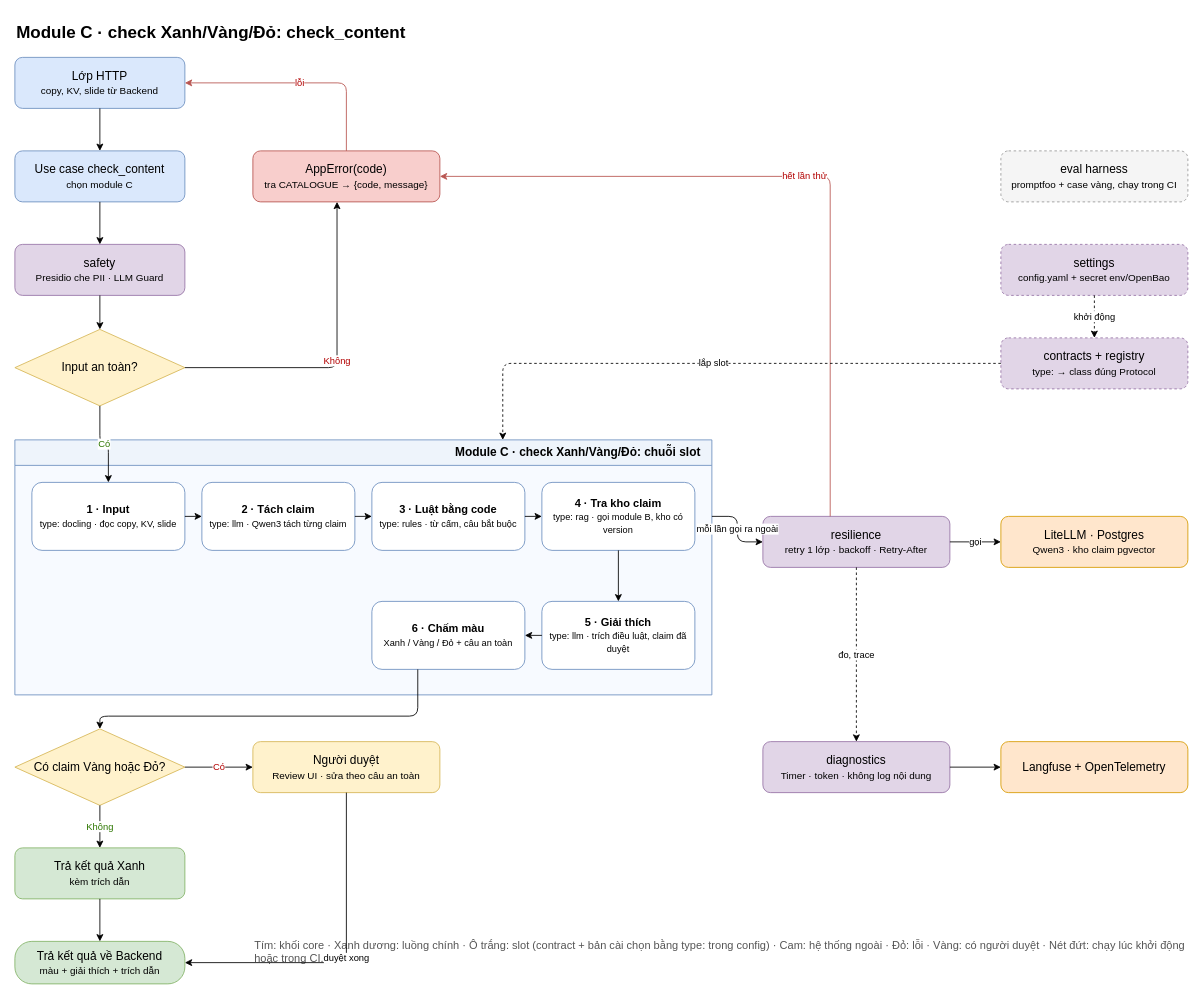
Above: page "4. Module C" (4 of 9) of docs/beyondpilot/core-flow.drawio in nguyennhatkhoa99/llmops-sre-copilot (draw.io), before the change. Source tidied: cells renumbered, new cells numbered last; positions are measured from the earlier drawing's top-left corner, leaving out a move shared by most shapes. Both pictures are drawn from the tidied source at 85%, with x=0, y=0 at pixel (14, 14).
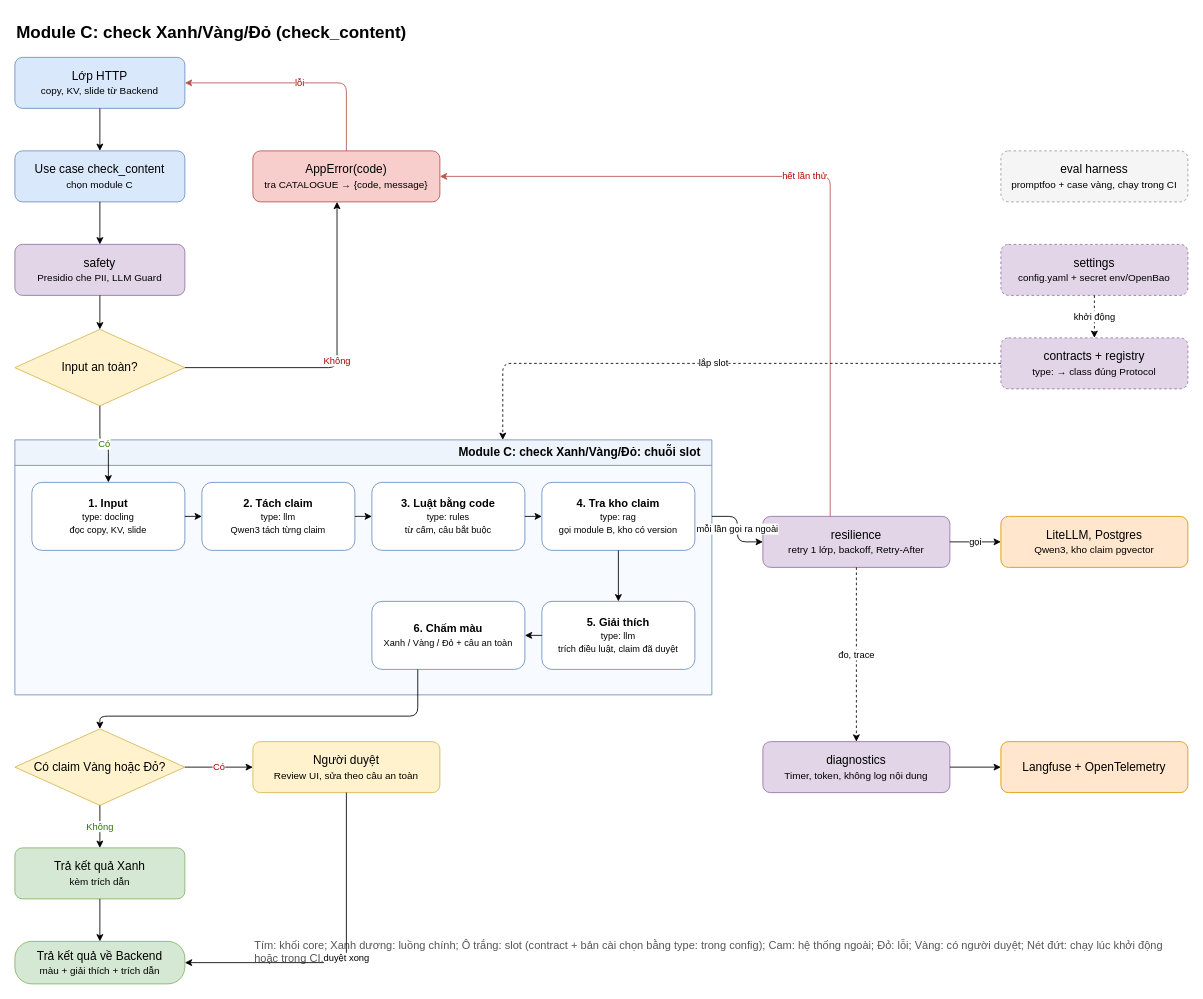
The same diagram, later.

The edit, as a diff of the source:
```diff
@@
-    <mxCell id="2" value="Module C · check Xanh/Vàng/Đỏ: check_content" style="text;html=1;strokeColor=none;fillColor=none;align=left;verticalAlign=middle;whiteSpace=wrap;fontSize=20;fontStyle=1;" parent="1" vertex="1">
+    <mxCell id="2" value="Module C: check Xanh/Vàng/Đỏ (check_content)" style="text;html=1;strokeColor=none;fillColor=none;align=left;verticalAlign=middle;whiteSpace=wrap;fontSize=20;fontStyle=1;" parent="1" vertex="1">
       <mxGeometry width="1100" height="40" as="geometry" />
     </mxCell>
@@
-    <mxCell id="5" value="safety&lt;br&gt;&lt;small&gt;Presidio che PII · LLM Guard&lt;/small&gt;" style="rounded=1;whiteSpace=wrap;html=1;fontSize=14;fillColor=#e1d5e7;strokeColor=#9673a6;" parent="1" vertex="1">
+    <mxCell id="5" value="safety&lt;br&gt;&lt;small&gt;Presidio che PII, LLM Guard&lt;/small&gt;" style="rounded=1;whiteSpace=wrap;html=1;fontSize=14;fillColor=#e1d5e7;strokeColor=#9673a6;" parent="1" vertex="1">
       <mxGeometry y="270" width="200" height="60" as="geometry" />
     </mxCell>
@@
-    <mxCell id="8" value="Module C · check Xanh/Vàng/Đỏ: chuỗi slot" style="swimlane;shape=swimlane;startSize=30;html=1;fontSize=14;fontStyle=1;verticalAlign=top;align=right;spacingRight=12;fillColor=#eef4fb;strokeColor=#6c8ebf;swimlaneFillColor=#f7faff;" parent="1" vertex="1">
+    <mxCell id="8" value="Module C: check Xanh/Vàng/Đỏ: chuỗi slot" style="swimlane;shape=swimlane;startSize=30;html=1;fontSize=14;fontStyle=1;verticalAlign=top;align=right;spacingRight=12;fillColor=#eef4fb;strokeColor=#6c8ebf;swimlaneFillColor=#f7faff;" parent="1" vertex="1">
       <mxGeometry y="500" width="820" height="300" as="geometry" />
     </mxCell>
-    <mxCell id="9" value="&lt;b&gt;1 · Input&lt;/b&gt;&lt;br&gt;&lt;small&gt;type: docling · đọc copy, KV, slide&lt;/small&gt;" style="rounded=1;whiteSpace=wrap;html=1;fontSize=14;fontSize=13;fillColor=#ffffff;strokeColor=#6c8ebf;" parent="8" vertex="1">
+    <mxCell id="9" value="&lt;b&gt;1. Input&lt;/b&gt;&lt;br&gt;&lt;small&gt;type: docling&lt;br&gt;đọc copy, KV, slide&lt;/small&gt;" style="rounded=1;whiteSpace=wrap;html=1;fontSize=14;fontSize=13;fillColor=#ffffff;strokeColor=#6c8ebf;" parent="8" vertex="1">
       <mxGeometry x="20" y="50" width="180" height="80" as="geometry" />
     </mxCell>
-    <mxCell id="10" value="&lt;b&gt;2 · Tách claim&lt;/b&gt;&lt;br&gt;&lt;small&gt;type: llm · Qwen3 tách từng claim&lt;/small&gt;" style="rounded=1;whiteSpace=wrap;html=1;fontSize=14;fontSize=13;fillColor=#ffffff;strokeColor=#6c8ebf;" parent="8" vertex="1">
+    <mxCell id="10" value="&lt;b&gt;2. Tách claim&lt;/b&gt;&lt;br&gt;&lt;small&gt;type: llm&lt;br&gt;Qwen3 tách từng claim&lt;/small&gt;" style="rounded=1;whiteSpace=wrap;html=1;fontSize=14;fontSize=13;fillColor=#ffffff;strokeColor=#6c8ebf;" parent="8" vertex="1">
       <mxGeometry x="220" y="50" width="180" height="80" as="geometry" />
     </mxCell>
@@
-    <mxCell id="12" value="&lt;b&gt;3 · Luật bằng code&lt;/b&gt;&lt;br&gt;&lt;small&gt;type: rules · từ cấm, câu bắt buộc&lt;/small&gt;" style="rounded=1;whiteSpace=wrap;html=1;fontSize=14;fontSize=13;fillColor=#ffffff;strokeColor=#6c8ebf;" parent="8" vertex="1">
+    <mxCell id="12" value="&lt;b&gt;3. Luật bằng code&lt;/b&gt;&lt;br&gt;&lt;small&gt;type: rules&lt;br&gt;từ cấm, câu bắt buộc&lt;/small&gt;" style="rounded=1;whiteSpace=wrap;html=1;fontSize=14;fontSize=13;fillColor=#ffffff;strokeColor=#6c8ebf;" parent="8" vertex="1">
       <mxGeometry x="420" y="50" width="180" height="80" as="geometry" />
     </mxCell>
@@
-    <mxCell id="14" value="&lt;b&gt;4 · Tra kho claim&lt;/b&gt;&lt;br&gt;&lt;small&gt;type: rag · gọi module B, kho có version&lt;/small&gt;" style="rounded=1;whiteSpace=wrap;html=1;fontSize=14;fontSize=13;fillColor=#ffffff;strokeColor=#6c8ebf;" parent="8" vertex="1">
+    <mxCell id="14" value="&lt;b&gt;4. Tra kho claim&lt;/b&gt;&lt;br&gt;&lt;small&gt;type: rag&lt;br&gt;gọi module B, kho có version&lt;/small&gt;" style="rounded=1;whiteSpace=wrap;html=1;fontSize=14;fontSize=13;fillColor=#ffffff;strokeColor=#6c8ebf;" parent="8" vertex="1">
       <mxGeometry x="620" y="50" width="180" height="80" as="geometry" />
     </mxCell>
@@
-    <mxCell id="16" value="&lt;b&gt;5 · Giải thích&lt;/b&gt;&lt;br&gt;&lt;small&gt;type: llm · trích điều luật, claim đã duyệt&lt;/small&gt;" style="rounded=1;whiteSpace=wrap;html=1;fontSize=14;fontSize=13;fillColor=#ffffff;strokeColor=#6c8ebf;" parent="8" vertex="1">
+    <mxCell id="16" value="&lt;b&gt;5. Giải thích&lt;/b&gt;&lt;br&gt;&lt;small&gt;type: llm&lt;br&gt;trích điều luật, claim đã duyệt&lt;/small&gt;" style="rounded=1;whiteSpace=wrap;html=1;fontSize=14;fontSize=13;fillColor=#ffffff;strokeColor=#6c8ebf;" parent="8" vertex="1">
       <mxGeometry x="620" y="190" width="180" height="80" as="geometry" />
     </mxCell>
@@
-    <mxCell id="18" value="&lt;b&gt;6 · Chấm màu&lt;/b&gt;&lt;br&gt;&lt;small&gt;Xanh / Vàng / Đỏ + câu an toàn&lt;/small&gt;" style="rounded=1;whiteSpace=wrap;html=1;fontSize=14;fontSize=13;fillColor=#ffffff;strokeColor=#6c8ebf;" parent="8" vertex="1">
+    <mxCell id="18" value="&lt;b&gt;6. Chấm màu&lt;/b&gt;&lt;br&gt;&lt;small&gt;Xanh / Vàng / Đỏ + câu an toàn&lt;/small&gt;" style="rounded=1;whiteSpace=wrap;html=1;fontSize=14;fontSize=13;fillColor=#ffffff;strokeColor=#6c8ebf;" parent="8" vertex="1">
       <mxGeometry x="420" y="190" width="180" height="80" as="geometry" />
     </mxCell>
@@
-    <mxCell id="22" value="Người duyệt&lt;br&gt;&lt;small&gt;Review UI · sửa theo câu an toàn&lt;/small&gt;" style="rounded=1;whiteSpace=wrap;html=1;fontSize=14;fillColor=#fff2cc;strokeColor=#d6b656;" parent="1" vertex="1">
+    <mxCell id="22" value="Người duyệt&lt;br&gt;&lt;small&gt;Review UI, sửa theo câu an toàn&lt;/small&gt;" style="rounded=1;whiteSpace=wrap;html=1;fontSize=14;fillColor=#fff2cc;strokeColor=#d6b656;" parent="1" vertex="1">
       <mxGeometry x="280" y="855" width="220" height="60" as="geometry" />
     </mxCell>
@@
-    <mxCell id="27" value="resilience&lt;br&gt;&lt;small&gt;retry 1 lớp · backoff · Retry-After&lt;/small&gt;" style="rounded=1;whiteSpace=wrap;html=1;fontSize=14;fillColor=#e1d5e7;strokeColor=#9673a6;" parent="1" vertex="1">
+    <mxCell id="27" value="resilience&lt;br&gt;&lt;small&gt;retry 1 lớp, backoff, Retry-After&lt;/small&gt;" style="rounded=1;whiteSpace=wrap;html=1;fontSize=14;fillColor=#e1d5e7;strokeColor=#9673a6;" parent="1" vertex="1">
       <mxGeometry x="880" y="590" width="220" height="60" as="geometry" />
     </mxCell>
-    <mxCell id="28" value="LiteLLM · Postgres&lt;br&gt;&lt;small&gt;Qwen3 · kho claim pgvector&lt;/small&gt;" style="rounded=1;whiteSpace=wrap;html=1;fontSize=14;fillColor=#ffe6cc;strokeColor=#d79b00;" parent="1" vertex="1">
+    <mxCell id="28" value="LiteLLM, Postgres&lt;br&gt;&lt;small&gt;Qwen3, kho claim pgvector&lt;/small&gt;" style="rounded=1;whiteSpace=wrap;html=1;fontSize=14;fillColor=#ffe6cc;strokeColor=#d79b00;" parent="1" vertex="1">
       <mxGeometry x="1160" y="590" width="220" height="60" as="geometry" />
     </mxCell>
-    <mxCell id="29" value="diagnostics&lt;br&gt;&lt;small&gt;Timer · token · không log nội dung&lt;/small&gt;" style="rounded=1;whiteSpace=wrap;html=1;fontSize=14;fillColor=#e1d5e7;strokeColor=#9673a6;" parent="1" vertex="1">
+    <mxCell id="29" value="diagnostics&lt;br&gt;&lt;small&gt;Timer, token, không log nội dung&lt;/small&gt;" style="rounded=1;whiteSpace=wrap;html=1;fontSize=14;fillColor=#e1d5e7;strokeColor=#9673a6;" parent="1" vertex="1">
       <mxGeometry x="880" y="855" width="220" height="60" as="geometry" />
     </mxCell>
@@
-    <mxCell id="31" value="Tím: khối core · Xanh dương: luồng chính · Ô trắng: slot (contract + bản cài chọn bằng type: trong config) · Cam: hệ thống ngoài · Đỏ: lỗi · Vàng: có người duyệt · Nét đứt: chạy lúc khởi động hoặc trong CI." style="text;html=1;strokeColor=none;fillColor=none;align=left;verticalAlign=middle;whiteSpace=wrap;fontSize=13;verticalAlign=top;fontColor=#555555;" parent="1" vertex="1">
+    <mxCell id="31" value="Tím: khối core; Xanh dương: luồng chính; Ô trắng: slot (contract + bản cài chọn bằng type: trong config); Cam: hệ thống ngoài; Đỏ: lỗi; Vàng: có người duyệt; Nét đứt: chạy lúc khởi động hoặc trong CI." style="text;html=1;strokeColor=none;fillColor=none;align=left;verticalAlign=middle;whiteSpace=wrap;fontSize=13;verticalAlign=top;fontColor=#555555;" parent="1" vertex="1">
       <mxGeometry x="280" y="1080" width="1100" height="50" as="geometry" />
     </mxCell>
```
